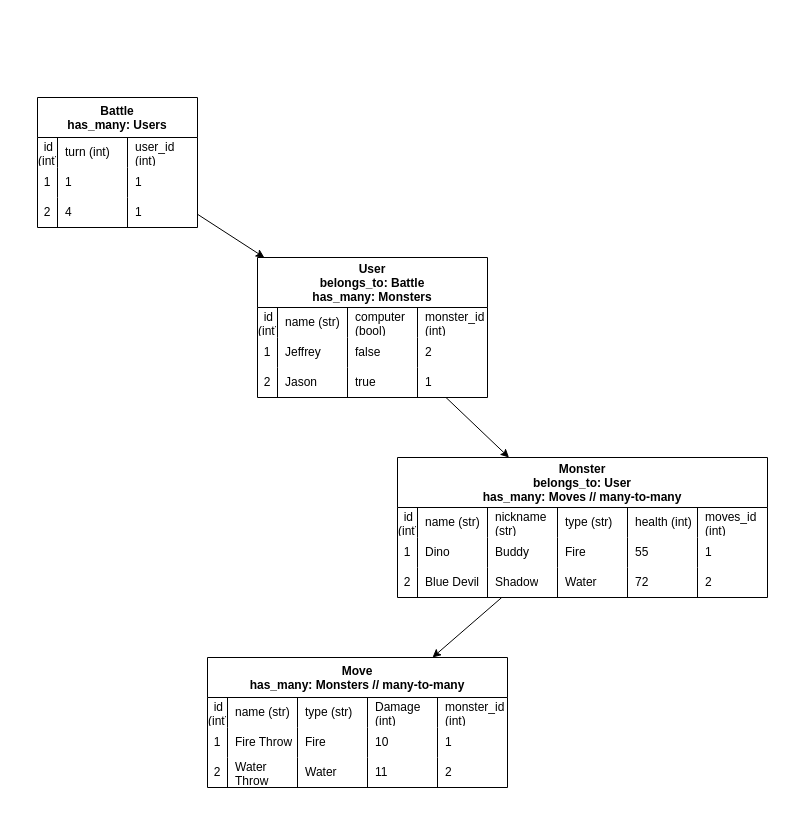
Above: SOMB-Domain-Model.drawio in jdavis8898/Super-Original-Monster-Battler (draw.io), before the change. Source tidied: cells renumbered, new cells numbered last; positions are measured from the earlier drawing's top-left corner, leaving out a move shared by most shapes. Both pictures are drawn from the tidied source at 100%, with x=0, y=0 at pixel (37, 97).
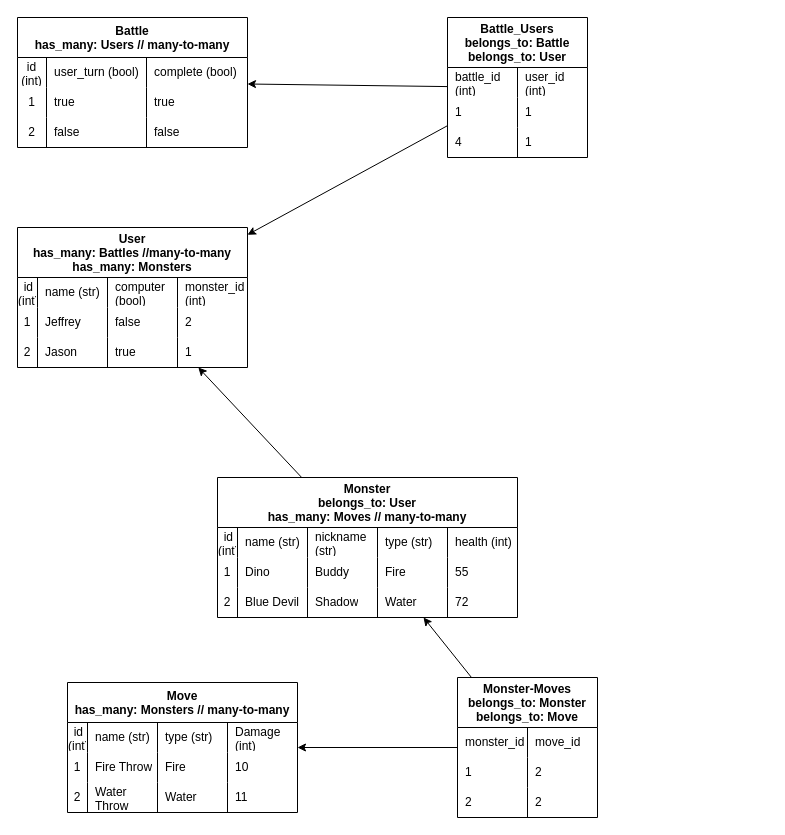
The same page after the edit.

Commit message (it also covers changes not shown here):
Updated ERD and Domain Model to accommodate new attribute complete to battle model and also the many-to-many relationship for battle and user

What changed in the source:
```diff
@@
-    <mxCell id="2" style="edgeStyle=none;html=1;" parent="1" edge="1" source="3" target="17">
-      <mxGeometry relative="1" as="geometry" />
-    </mxCell>
-    <mxCell id="3" value="Battle&#10;has_many: Users" style="shape=table;startSize=40;childLayout=tableLayout;rowLines=0;fontStyle=1;" parent="1" vertex="1">
-      <mxGeometry width="160" height="130" as="geometry" />
+    <mxCell id="3" value="Battle&#10;has_many: Users // many-to-many" style="shape=table;startSize=40;childLayout=tableLayout;rowLines=0;fontStyle=1;" parent="1" vertex="1">
+      <mxGeometry x="-20" y="-80" width="230" height="130" as="geometry" />
     </mxCell>
     <mxCell id="4" style="shape=tableRow;horizontal=0;startSize=0;swimlaneHead=0;swimlaneBody=0;top=0;left=0;bottom=0;right=0;fillColor=none;" parent="3" vertex="1">
-      <mxGeometry y="40" width="160" height="30" as="geometry" />
+      <mxGeometry y="40" width="230" height="30" as="geometry" />
     </mxCell>
     <mxCell id="5" value="id (int)" style="shape=partialRectangle;html=1;whiteSpace=wrap;fillColor=none;top=0;left=0;bottom=0;right=0;overflow=hidden;" parent="4" vertex="1">
-      <mxGeometry width="20" height="30" as="geometry" />
+      <mxGeometry width="29" height="30" as="geometry" />
     </mxCell>
-    <mxCell id="6" value="turn (int)" style="shape=partialRectangle;html=1;whiteSpace=wrap;fillColor=none;top=0;left=0;bottom=0;right=0;align=left;spacingLeft=6;overflow=hidden;" parent="4" vertex="1">
-      <mxGeometry x="20" width="70" height="30" as="geometry" />
+    <mxCell id="6" value="user_turn (bool)" style="shape=partialRectangle;html=1;whiteSpace=wrap;fillColor=none;top=0;left=0;bottom=0;right=0;align=left;spacingLeft=6;overflow=hidden;" parent="4" vertex="1">
+      <mxGeometry x="29" width="100" height="30" as="geometry" />
     </mxCell>
-    <mxCell id="7" value="user_id (int)" style="shape=partialRectangle;html=1;whiteSpace=wrap;fillColor=none;top=0;left=0;bottom=0;right=0;align=left;spacingLeft=6;overflow=hidden;" parent="4" vertex="1">
-      <mxGeometry x="90" width="70" height="30" as="geometry" />
+    <mxCell id="7" value="complete (bool)" style="shape=partialRectangle;html=1;whiteSpace=wrap;fillColor=none;top=0;left=0;bottom=0;right=0;align=left;spacingLeft=6;overflow=hidden;" parent="4" vertex="1">
+      <mxGeometry x="129" width="101" height="30" as="geometry" />
     </mxCell>
     <mxCell id="8" style="shape=tableRow;horizontal=0;startSize=0;swimlaneHead=0;swimlaneBody=0;top=0;left=0;bottom=0;right=0;fillColor=none;" parent="3" vertex="1">
-      <mxGeometry y="70" width="160" height="30" as="geometry" />
+      <mxGeometry y="70" width="230" height="30" as="geometry" />
     </mxCell>
     <mxCell id="9" value="1" style="shape=partialRectangle;html=1;whiteSpace=wrap;fillColor=none;top=0;left=0;bottom=0;right=0;overflow=hidden;" parent="8" vertex="1">
-      <mxGeometry width="20" height="30" as="geometry" />
+      <mxGeometry width="29" height="30" as="geometry" />
     </mxCell>
-    <mxCell id="10" value="1" style="shape=partialRectangle;html=1;whiteSpace=wrap;fillColor=none;top=0;left=0;bottom=0;right=0;align=left;spacingLeft=6;overflow=hidden;" parent="8" vertex="1">
-      <mxGeometry x="20" width="70" height="30" as="geometry" />
+    <mxCell id="10" value="true" style="shape=partialRectangle;html=1;whiteSpace=wrap;fillColor=none;top=0;left=0;bottom=0;right=0;align=left;spacingLeft=6;overflow=hidden;" parent="8" vertex="1">
+      <mxGeometry x="29" width="100" height="30" as="geometry" />
     </mxCell>
-    <mxCell id="11" value="1" style="shape=partialRectangle;html=1;whiteSpace=wrap;fillColor=none;top=0;left=0;bottom=0;right=0;align=left;spacingLeft=6;overflow=hidden;" parent="8" vertex="1">
-      <mxGeometry x="90" width="70" height="30" as="geometry" />
+    <mxCell id="11" value="true" style="shape=partialRectangle;html=1;whiteSpace=wrap;fillColor=none;top=0;left=0;bottom=0;right=0;align=left;spacingLeft=6;overflow=hidden;" parent="8" vertex="1">
+      <mxGeometry x="129" width="101" height="30" as="geometry" />
     </mxCell>
     <mxCell id="12" style="shape=tableRow;horizontal=0;startSize=0;swimlaneHead=0;swimlaneBody=0;top=0;left=0;bottom=0;right=0;fillColor=none;" parent="3" vertex="1">
-      <mxGeometry y="100" width="160" height="30" as="geometry" />
+      <mxGeometry y="100" width="230" height="30" as="geometry" />
     </mxCell>
     <mxCell id="13" value="2" style="shape=partialRectangle;html=1;whiteSpace=wrap;fillColor=none;top=0;left=0;bottom=0;right=0;overflow=hidden;" parent="12" vertex="1">
-      <mxGeometry width="20" height="30" as="geometry" />
+      <mxGeometry width="29" height="30" as="geometry" />
     </mxCell>
-    <mxCell id="14" value="4" style="shape=partialRectangle;html=1;whiteSpace=wrap;fillColor=none;top=0;left=0;bottom=0;right=0;align=left;spacingLeft=6;overflow=hidden;" parent="12" vertex="1">
-      <mxGeometry x="20" width="70" height="30" as="geometry" />
+    <mxCell id="14" value="false" style="shape=partialRectangle;html=1;whiteSpace=wrap;fillColor=none;top=0;left=0;bottom=0;right=0;align=left;spacingLeft=6;overflow=hidden;" parent="12" vertex="1">
+      <mxGeometry x="29" width="100" height="30" as="geometry" />
     </mxCell>
-    <mxCell id="15" value="1" style="shape=partialRectangle;html=1;whiteSpace=wrap;fillColor=none;top=0;left=0;bottom=0;right=0;align=left;spacingLeft=6;overflow=hidden;" parent="12" vertex="1">
-      <mxGeometry x="90" width="70" height="30" as="geometry" />
+    <mxCell id="15" value="false" style="shape=partialRectangle;html=1;whiteSpace=wrap;fillColor=none;top=0;left=0;bottom=0;right=0;align=left;spacingLeft=6;overflow=hidden;" parent="12" vertex="1">
+      <mxGeometry x="129" width="101" height="30" as="geometry" />
     </mxCell>
-    <mxCell id="16" style="edgeStyle=none;html=1;" parent="1" edge="1" source="17" target="34">
-      <mxGeometry relative="1" as="geometry" />
-    </mxCell>
-    <mxCell id="17" value="User&#10;belongs_to: Battle&#10;has_many: Monsters" style="shape=table;startSize=50;childLayout=tableLayout;rowLines=0;fontStyle=1;" parent="1" vertex="1">
-      <mxGeometry x="220" y="160" width="230" height="140" as="geometry" />
+    <mxCell id="17" value="User&#10;has_many: Battles //many-to-many&#10;has_many: Monsters" style="shape=table;startSize=50;childLayout=tableLayout;rowLines=0;fontStyle=1;" parent="1" vertex="1">
+      <mxGeometry x="-20" y="130" width="230" height="140" as="geometry" />
     </mxCell>
@@
-    <mxCell id="33" style="edgeStyle=none;html=1;" parent="1" edge="1" source="34" target="56">
-      <mxGeometry relative="1" as="geometry" />
-    </mxCell>
+    <mxCell id="75" style="edgeStyle=none;html=1;" parent="1" edge="1" source="34" target="17">
+      <mxGeometry relative="1" as="geometry" />
+    </mxCell>
     <mxCell id="34" value="Monster&#10;belongs_to: User&#10;has_many: Moves // many-to-many" style="shape=table;startSize=50;childLayout=tableLayout;rowLines=0;fontStyle=1;" parent="1" vertex="1">
-      <mxGeometry x="360" y="360" width="370" height="140" as="geometry" />
+      <mxGeometry x="180" y="380" width="300" height="140" as="geometry" />
     </mxCell>
     <mxCell id="35" style="shape=tableRow;horizontal=0;startSize=0;swimlaneHead=0;swimlaneBody=0;top=0;left=0;bottom=0;right=0;fillColor=none;" parent="34" vertex="1">
-      <mxGeometry y="50" width="370" height="30" as="geometry" />
+      <mxGeometry y="50" width="300" height="30" as="geometry" />
     </mxCell>
@@
-    <mxCell id="41" value="moves_id (int)" style="shape=partialRectangle;html=1;whiteSpace=wrap;fillColor=none;top=0;left=0;bottom=0;right=0;align=left;spacingLeft=6;overflow=hidden;" parent="35" vertex="1">
-      <mxGeometry x="300" width="70" height="30" as="geometry" />
-    </mxCell>
     <mxCell id="42" style="shape=tableRow;horizontal=0;startSize=0;swimlaneHead=0;swimlaneBody=0;top=0;left=0;bottom=0;right=0;fillColor=none;" parent="34" vertex="1">
-      <mxGeometry y="80" width="370" height="30" as="geometry" />
+      <mxGeometry y="80" width="300" height="30" as="geometry" />
     </mxCell>
@@
-    <mxCell id="48" value="1" style="shape=partialRectangle;html=1;whiteSpace=wrap;fillColor=none;top=0;left=0;bottom=0;right=0;align=left;spacingLeft=6;overflow=hidden;" parent="42" vertex="1">
-      <mxGeometry x="300" width="70" height="30" as="geometry" />
-    </mxCell>
     <mxCell id="49" style="shape=tableRow;horizontal=0;startSize=0;swimlaneHead=0;swimlaneBody=0;top=0;left=0;bottom=0;right=0;fillColor=none;" parent="34" vertex="1">
-      <mxGeometry y="110" width="370" height="30" as="geometry" />
+      <mxGeometry y="110" width="300" height="30" as="geometry" />
     </mxCell>
@@
-    <mxCell id="55" value="2" style="shape=partialRectangle;html=1;whiteSpace=wrap;fillColor=none;top=0;left=0;bottom=0;right=0;align=left;spacingLeft=6;overflow=hidden;" parent="49" vertex="1">
-      <mxGeometry x="300" width="70" height="30" as="geometry" />
-    </mxCell>
     <mxCell id="56" value="Move&#10;has_many: Monsters // many-to-many" style="shape=table;startSize=40;childLayout=tableLayout;rowLines=0;fontStyle=1;" parent="1" vertex="1">
-      <mxGeometry x="170" y="560" width="300" height="130" as="geometry" />
+      <mxGeometry x="30" y="585" width="230" height="130" as="geometry" />
     </mxCell>
     <mxCell id="57" style="shape=tableRow;horizontal=0;startSize=0;swimlaneHead=0;swimlaneBody=0;top=0;left=0;bottom=0;right=0;fillColor=none;" parent="56" vertex="1">
-      <mxGeometry y="40" width="300" height="30" as="geometry" />
+      <mxGeometry y="40" width="230" height="30" as="geometry" />
     </mxCell>
@@
-    <mxCell id="62" value="monster_id (int)&lt;br&gt;" style="shape=partialRectangle;html=1;whiteSpace=wrap;fillColor=none;top=0;left=0;bottom=0;right=0;align=left;spacingLeft=6;overflow=hidden;" parent="57" vertex="1">
-      <mxGeometry x="230" width="70" height="30" as="geometry" />
-    </mxCell>
     <mxCell id="63" style="shape=tableRow;horizontal=0;startSize=0;swimlaneHead=0;swimlaneBody=0;top=0;left=0;bottom=0;right=0;fillColor=none;" parent="56" vertex="1">
-      <mxGeometry y="70" width="300" height="30" as="geometry" />
+      <mxGeometry y="70" width="230" height="30" as="geometry" />
     </mxCell>
@@
-    <mxCell id="68" value="1" style="shape=partialRectangle;html=1;whiteSpace=wrap;fillColor=none;top=0;left=0;bottom=0;right=0;align=left;spacingLeft=6;overflow=hidden;" parent="63" vertex="1">
-      <mxGeometry x="230" width="70" height="30" as="geometry" />
-    </mxCell>
     <mxCell id="69" style="shape=tableRow;horizontal=0;startSize=0;swimlaneHead=0;swimlaneBody=0;top=0;left=0;bottom=0;right=0;fillColor=none;" parent="56" vertex="1">
-      <mxGeometry y="100" width="300" height="30" as="geometry" />
+      <mxGeometry y="100" width="230" height="30" as="geometry" />
     </mxCell>
@@
-    <mxCell id="74" value="2" style="shape=partialRectangle;html=1;whiteSpace=wrap;fillColor=none;top=0;left=0;bottom=0;right=0;align=left;spacingLeft=6;overflow=hidden;" parent="69" vertex="1">
-      <mxGeometry x="230" width="70" height="30" as="geometry" />
-    </mxCell>
+    <mxCell id="76" style="edgeStyle=none;html=1;" parent="1" edge="1" source="33" target="56">
+      <mxGeometry relative="1" as="geometry" />
+    </mxCell>
+    <mxCell id="77" style="edgeStyle=none;html=1;" parent="1" edge="1" source="33" target="34">
+      <mxGeometry relative="1" as="geometry" />
+    </mxCell>
+    <mxCell id="33" value="Monster-Moves&#10;belongs_to: Monster&#10;belongs_to: Move" style="shape=table;startSize=50;childLayout=tableLayout;rowLines=0;fontStyle=1;" parent="1" vertex="1">
+      <mxGeometry x="420" y="580" width="140" height="140" as="geometry" />
+    </mxCell>
+    <mxCell id="78" style="shape=tableRow;horizontal=0;startSize=0;swimlaneHead=0;swimlaneBody=0;top=0;left=0;bottom=0;right=0;fillColor=none;" parent="33" vertex="1">
+      <mxGeometry y="50" width="140" height="30" as="geometry" />
+    </mxCell>
+    <mxCell id="79" value="monster_id" style="shape=partialRectangle;html=1;whiteSpace=wrap;fillColor=none;top=0;left=0;bottom=0;right=0;align=left;spacingLeft=6;overflow=hidden;" parent="78" vertex="1">
+      <mxGeometry width="70" height="30" as="geometry" />
+    </mxCell>
+    <mxCell id="80" value="move_id" style="shape=partialRectangle;html=1;whiteSpace=wrap;fillColor=none;top=0;left=0;bottom=0;right=0;align=left;spacingLeft=6;overflow=hidden;" parent="78" vertex="1">
+      <mxGeometry x="70" width="70" height="30" as="geometry" />
+    </mxCell>
+    <mxCell id="81" style="shape=tableRow;horizontal=0;startSize=0;swimlaneHead=0;swimlaneBody=0;top=0;left=0;bottom=0;right=0;fillColor=none;" parent="33" vertex="1">
+      <mxGeometry y="80" width="140" height="30" as="geometry" />
+    </mxCell>
+    <mxCell id="82" value="1" style="shape=partialRectangle;html=1;whiteSpace=wrap;fillColor=none;top=0;left=0;bottom=0;right=0;align=left;spacingLeft=6;overflow=hidden;" parent="81" vertex="1">
+      <mxGeometry width="70" height="30" as="geometry" />
+    </mxCell>
+    <mxCell id="83" value="2" style="shape=partialRectangle;html=1;whiteSpace=wrap;fillColor=none;top=0;left=0;bottom=0;right=0;align=left;spacingLeft=6;overflow=hidden;" parent="81" vertex="1">
+      <mxGeometry x="70" width="70" height="30" as="geometry" />
+    </mxCell>
+    <mxCell id="84" style="shape=tableRow;horizontal=0;startSize=0;swimlaneHead=0;swimlaneBody=0;top=0;left=0;bottom=0;right=0;fillColor=none;" parent="33" vertex="1">
+      <mxGeometry y="110" width="140" height="30" as="geometry" />
+    </mxCell>
+    <mxCell id="85" value="2" style="shape=partialRectangle;html=1;whiteSpace=wrap;fillColor=none;top=0;left=0;bottom=0;right=0;align=left;spacingLeft=6;overflow=hidden;" parent="84" vertex="1">
+      <mxGeometry width="70" height="30" as="geometry" />
+    </mxCell>
+    <mxCell id="86" value="2" style="shape=partialRectangle;html=1;whiteSpace=wrap;fillColor=none;top=0;left=0;bottom=0;right=0;align=left;spacingLeft=6;overflow=hidden;" parent="84" vertex="1">
+      <mxGeometry x="70" width="70" height="30" as="geometry" />
+    </mxCell>
+    <mxCell id="87" style="edgeStyle=none;html=1;" parent="1" edge="1" source="89" target="3">
+      <mxGeometry relative="1" as="geometry" />
+    </mxCell>
+    <mxCell id="88" style="edgeStyle=none;html=1;" parent="1" edge="1" source="89" target="17">
+      <mxGeometry relative="1" as="geometry" />
+    </mxCell>
+    <mxCell id="89" value="Battle_Users&#10;belongs_to: Battle&#10;belongs_to: User" style="shape=table;startSize=50;childLayout=tableLayout;rowLines=0;fontStyle=1;" parent="1" vertex="1">
+      <mxGeometry x="410" y="-80" width="140" height="140" as="geometry" />
+    </mxCell>
+    <mxCell id="90" style="shape=tableRow;horizontal=0;startSize=0;swimlaneHead=0;swimlaneBody=0;top=0;left=0;bottom=0;right=0;fillColor=none;" parent="89" vertex="1">
+      <mxGeometry y="50" width="140" height="30" as="geometry" />
+    </mxCell>
+    <mxCell id="91" value="battle_id (int)" style="shape=partialRectangle;html=1;whiteSpace=wrap;fillColor=none;top=0;left=0;bottom=0;right=0;align=left;spacingLeft=6;overflow=hidden;" parent="90" vertex="1">
+      <mxGeometry width="70" height="30" as="geometry" />
+    </mxCell>
+    <mxCell id="92" value="user_id (int)" style="shape=partialRectangle;html=1;whiteSpace=wrap;fillColor=none;top=0;left=0;bottom=0;right=0;align=left;spacingLeft=6;overflow=hidden;" parent="90" vertex="1">
+      <mxGeometry x="70" width="70" height="30" as="geometry" />
+    </mxCell>
+    <mxCell id="93" style="shape=tableRow;horizontal=0;startSize=0;swimlaneHead=0;swimlaneBody=0;top=0;left=0;bottom=0;right=0;fillColor=none;" parent="89" vertex="1">
+      <mxGeometry y="80" width="140" height="30" as="geometry" />
+    </mxCell>
+    <mxCell id="94" value="1" style="shape=partialRectangle;html=1;whiteSpace=wrap;fillColor=none;top=0;left=0;bottom=0;right=0;align=left;spacingLeft=6;overflow=hidden;" parent="93" vertex="1">
+      <mxGeometry width="70" height="30" as="geometry" />
+    </mxCell>
+    <mxCell id="95" value="1" style="shape=partialRectangle;html=1;whiteSpace=wrap;fillColor=none;top=0;left=0;bottom=0;right=0;align=left;spacingLeft=6;overflow=hidden;" parent="93" vertex="1">
+      <mxGeometry x="70" width="70" height="30" as="geometry" />
+    </mxCell>
+    <mxCell id="96" style="shape=tableRow;horizontal=0;startSize=0;swimlaneHead=0;swimlaneBody=0;top=0;left=0;bottom=0;right=0;fillColor=none;" parent="89" vertex="1">
+      <mxGeometry y="110" width="140" height="30" as="geometry" />
+    </mxCell>
+    <mxCell id="97" value="4" style="shape=partialRectangle;html=1;whiteSpace=wrap;fillColor=none;top=0;left=0;bottom=0;right=0;align=left;spacingLeft=6;overflow=hidden;" parent="96" vertex="1">
+      <mxGeometry width="70" height="30" as="geometry" />
+    </mxCell>
+    <mxCell id="98" value="1" style="shape=partialRectangle;html=1;whiteSpace=wrap;fillColor=none;top=0;left=0;bottom=0;right=0;align=left;spacingLeft=6;overflow=hidden;" parent="96" vertex="1">
+      <mxGeometry x="70" width="70" height="30" as="geometry" />
+    </mxCell>
```
